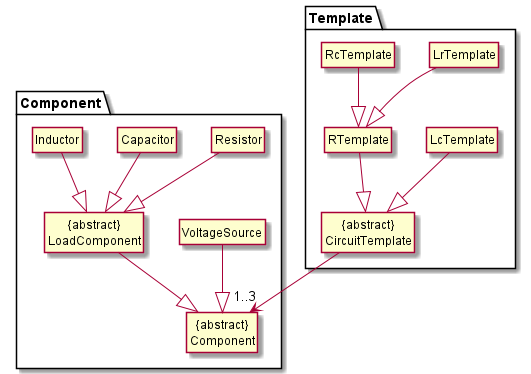
This is docs/diagrams/CircuitModelClassDiagram.png from sevenseasofbri/tp, a PlantUML export, as it was before one commit.
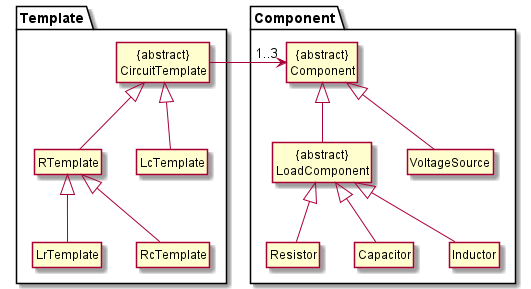
The same file after the commit.

Change to the diagram source:
```diff
@@ -18,18 +18,18 @@
 class "RcTemplate" as RcTemp
 }
 
-Load --|> Comp
-Volt --|> Comp
-Resist --|> Load
-Cap --|> Load
-Ind --|> Load
+Load -u-|> Comp
+Volt -u-|> Comp
+Resist -u-|> Load
+Cap -u-|> Load
+Ind -u-|> Load
 
-RTemp --|> Circ
-LcTemp --|> Circ
-LrTemp --|> RTemp
-RcTemp --|> RTemp
+RTemp -u-|> Circ
+LcTemp -u-|> Circ
+LrTemp -u-|> RTemp
+RcTemp -u-|> RTemp
 
-Circ --> "1..3" Comp
+Circ -r-> "1..3" Comp
 
 
 @enduml
```
